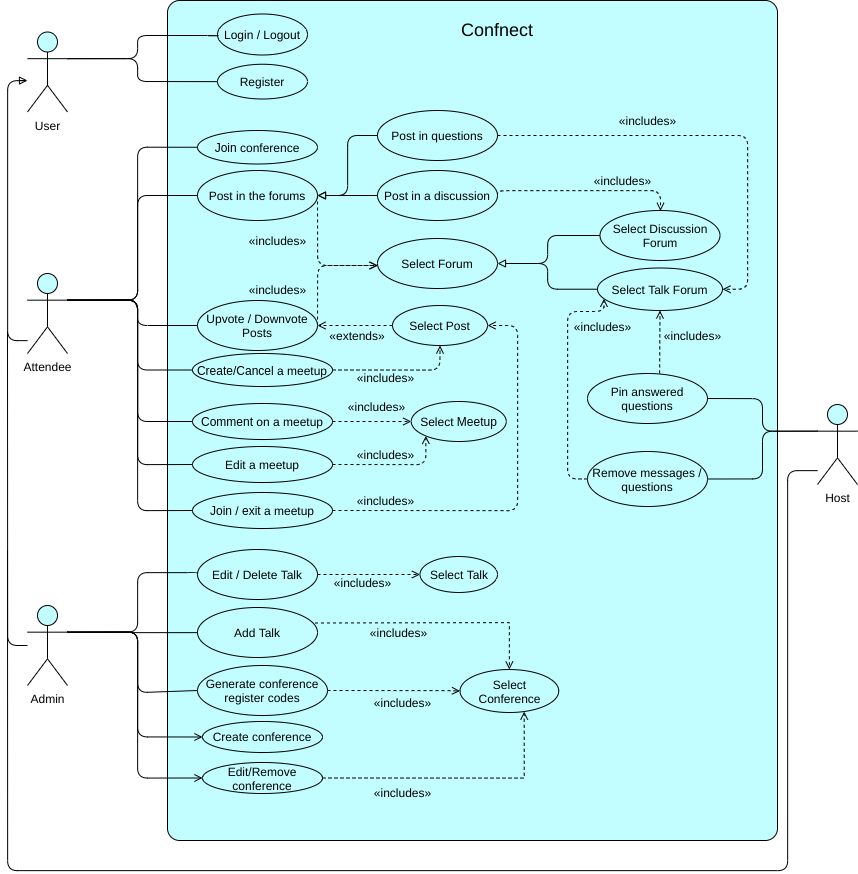
Above: docs/UseCaseDiagram.png in FEUP-ESOF-2020-21/open-cx-t7g2-hamelin-flutters (draw.io), before the change. Source tidied: cells renumbered, new cells last; positions are measured from the earlier drawing's top-left corner, leaving out a move shared by most shapes.
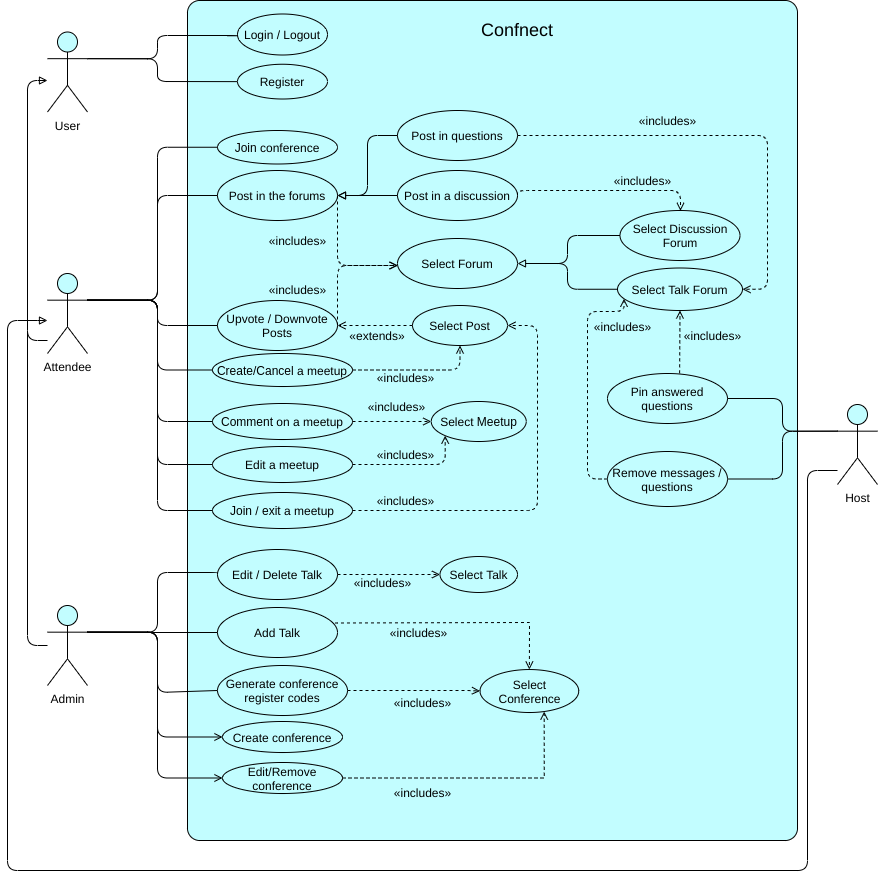
Above is the later version.

Commit message:
User story map and use case diagram updated

Diff of the diagram source:
```diff
@@ -57,13 +57,15 @@
     <mxCell id="14" style="edgeStyle=orthogonalEdgeStyle;rounded=1;jettySize=auto;html=1;exitX=0;exitY=0.3333333333333333;exitDx=0;exitDy=0;exitPerimeter=0;endArrow=none;endFill=0;entryX=1;entryY=0.5;entryDx=0;entryDy=0;" parent="1" edge="1" source="17" target="19">
       <mxGeometry relative="1" as="geometry" />
     </mxCell>
-    <mxCell id="15" style="edgeStyle=orthogonalEdgeStyle;rounded=1;jettySize=auto;html=1;endArrow=none;endFill=0;" parent="1" edge="1" source="17">
+    <mxCell id="15" style="edgeStyle=orthogonalEdgeStyle;rounded=1;jettySize=auto;html=1;endArrow=block;endFill=0;" parent="1" edge="1" source="17">
       <mxGeometry relative="1" as="geometry">
-        <mxPoint y="550" as="targetPoint" />
+        <mxPoint x="20" y="320" as="targetPoint" />
         <Array as="points">
           <mxPoint x="780" y="470" />
           <mxPoint x="780" y="870" />
-          <mxPoint y="870" />
+          <mxPoint x="-20" y="870" />
+          <mxPoint x="-20" y="320" />
+          <mxPoint x="20" y="320" />
         </Array>
       </mxGeometry>
     </mxCell>
```
